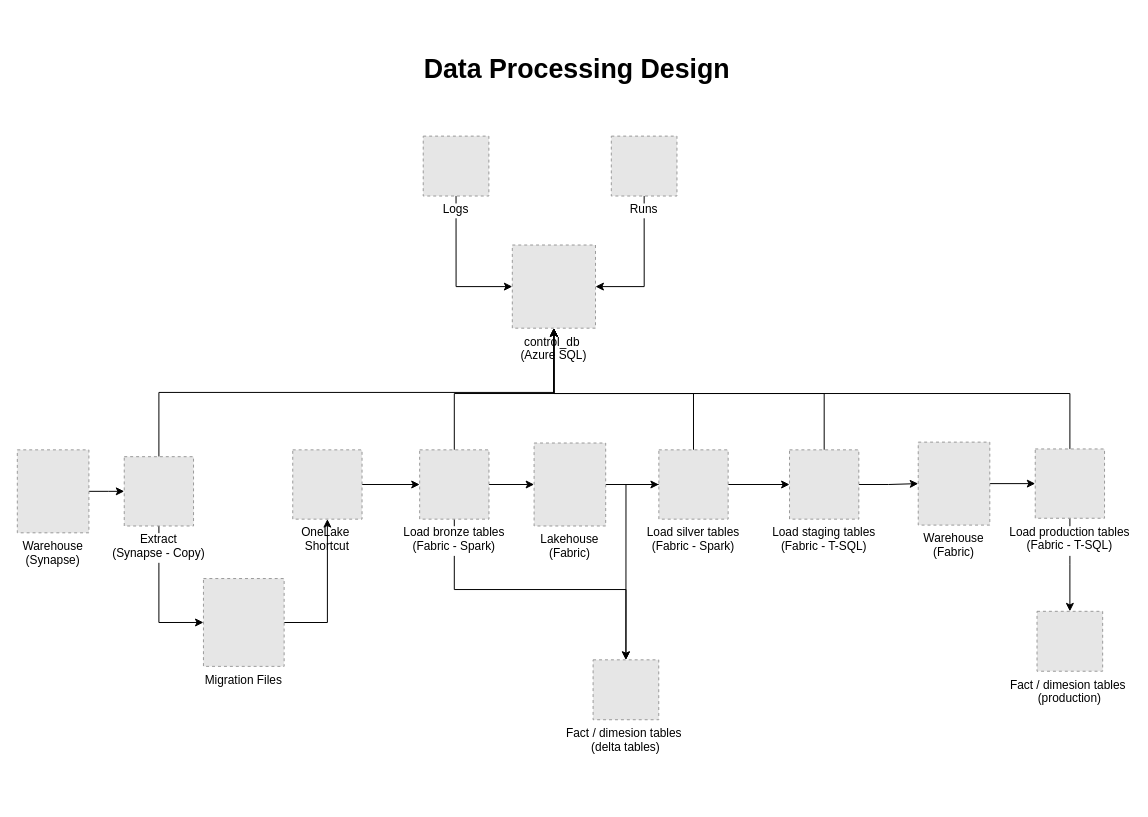
This is microsoft_fabric/adventure_works_dw_2022_migration/docs/data_processing_design.drawio from WilderJoseth/data-engineering-projects, a draw.io file, before an edit. Source tidied: cells renumbered, new cells numbered last; positions are measured from the earlier drawing's top-left corner, leaving out a move shared by most shapes. Both pictures are drawn from the tidied source at 99%, with x=0, y=0 at pixel (17, 45). Pictures stored in the file or linked from it are replaced by grey dashed boxes.
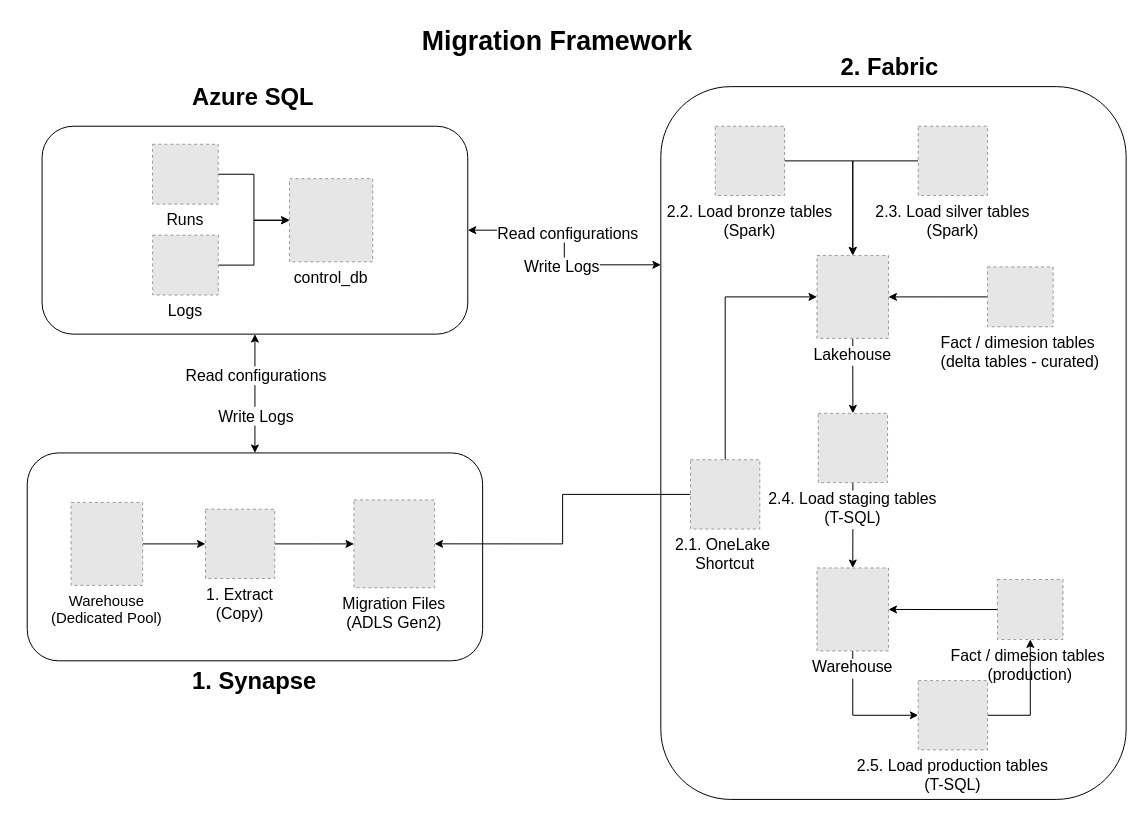
After the change.

What changed in the source:
```diff
@@
+    <mxCell id="37" style="rounded=1;whiteSpace=wrap;html=1;fillColor=none;" parent="1" vertex="1">
+      <mxGeometry x="650" y="42" width="470" height="720" as="geometry" />
+    </mxCell>
+    <mxCell id="38" style="rounded=1;whiteSpace=wrap;html=1;fillColor=none;" parent="1" vertex="1">
+      <mxGeometry x="10" y="412" width="460" height="210" as="geometry" />
+    </mxCell>
+    <mxCell id="39" style="rounded=1;whiteSpace=wrap;html=1;fillColor=none;" parent="1" vertex="1">
+      <mxGeometry x="25" y="82" width="430" height="210" as="geometry" />
+    </mxCell>
-    <mxCell id="2" value="control_db &#10;(Azure SQL)" style="fillColor=#E6E6E6;strokeColor=#999999;dashed=1;verticalLabelPosition=bottom;labelBackgroundColor=default;verticalAlign=top;" parent="1" vertex="1">
-      <mxGeometry x="500" y="202" width="84" height="84" as="geometry" />
+    <mxCell id="2" value="control_db" style="fillColor=#E6E6E6;strokeColor=#999999;dashed=1;verticalLabelPosition=bottom;labelBackgroundColor=default;verticalAlign=top;fontSize=16;" parent="1" vertex="1">
+      <mxGeometry x="275" y="135" width="84" height="84" as="geometry" />
     </mxCell>
-    <mxCell id="3" style="edgeStyle=orthogonalEdgeStyle;rounded=0;jettySize=auto;html=1;" parent="1" edge="1" source="4" target="36">
+    <mxCell id="3" style="edgeStyle=orthogonalEdgeStyle;rounded=0;jettySize=auto;html=1;entryX=0;entryY=0.5;entryDx=0;entryDy=0;exitX=0.5;exitY=1;exitDx=0;exitDy=0;" parent="1" edge="1" source="4" target="36">
       <mxGeometry relative="1" as="geometry" />
     </mxCell>
-    <mxCell id="4" value="Warehouse&#10;(Fabric)" style="fillColor=#E6E6E6;strokeColor=#999999;dashed=1;verticalLabelPosition=bottom;labelBackgroundColor=default;verticalAlign=top;" parent="1" vertex="1">
-      <mxGeometry x="910" y="401.1" width="72.3" height="83.8" as="geometry" />
+    <mxCell id="4" value="Warehouse" style="fillColor=#E6E6E6;strokeColor=#999999;dashed=1;verticalLabelPosition=bottom;labelBackgroundColor=default;verticalAlign=top;fontSize=16;" parent="1" vertex="1">
+      <mxGeometry x="807.7" y="528.2" width="72.3" height="83.8" as="geometry" />
     </mxCell>
-    <mxCell id="5" style="edgeStyle=orthogonalEdgeStyle;rounded=0;jettySize=auto;html=1;" parent="1" edge="1" source="6" target="22">
-      <mxGeometry relative="1" as="geometry" />
-    </mxCell>
+    <mxCell id="40" style="edgeStyle=orthogonalEdgeStyle;rounded=0;jettySize=auto;html=1;entryX=0;entryY=0.5;entryDx=0;entryDy=0;exitX=0.5;exitY=0;exitDx=0;exitDy=0;" parent="1" edge="1" source="6" target="18">
+      <mxGeometry relative="1" as="geometry" />
+    </mxCell>
+    <mxCell id="41" style="edgeStyle=orthogonalEdgeStyle;rounded=0;jettySize=auto;html=1;entryX=1;entryY=0.5;entryDx=0;entryDy=0;" parent="1" edge="1" source="6" target="24">
+      <mxGeometry relative="1" as="geometry" />
+    </mxCell>
-    <mxCell id="6" value="OneLake &#10;Shortcut" style="fillColor=#E6E6E6;strokeColor=#999999;dashed=1;verticalLabelPosition=bottom;labelBackgroundColor=default;verticalAlign=top;" parent="1" vertex="1">
-      <mxGeometry x="278.2" y="408.9" width="70" height="70" as="geometry" />
+    <mxCell id="6" value="2.1. OneLake &#10;Shortcut" style="fillColor=#E6E6E6;strokeColor=#999999;dashed=1;verticalLabelPosition=bottom;labelBackgroundColor=default;verticalAlign=top;fontSize=16;" parent="1" vertex="1">
+      <mxGeometry x="680" y="418.9" width="70" height="70" as="geometry" />
     </mxCell>
-    <mxCell id="7" value="Data Processing Design" style="text;html=1;align=center;verticalAlign=middle;strokeColor=none;fillColor=none;fontSize=27;fontStyle=1;" parent="1" vertex="1">
-      <mxGeometry x="410" width="310" height="50" as="geometry" />
+    <mxCell id="7" value="Migration Framework" style="text;html=1;align=center;verticalAlign=middle;strokeColor=none;fillColor=none;fontSize=27;fontStyle=1;" parent="1" vertex="1">
+      <mxGeometry x="405" y="-28" width="280" height="50" as="geometry" />
     </mxCell>
-    <mxCell id="8" style="edgeStyle=orthogonalEdgeStyle;rounded=0;jettySize=auto;html=1;entryX=0;entryY=0.5;entryDx=0;entryDy=0;exitX=0.5;exitY=1;exitDx=0;exitDy=0;" parent="1" edge="1" source="9" target="2">
+    <mxCell id="8" style="edgeStyle=orthogonalEdgeStyle;rounded=0;jettySize=auto;html=1;" parent="1" edge="1" source="9" target="2">
       <mxGeometry relative="1" as="geometry" />
     </mxCell>
-    <mxCell id="9" value="Logs" style="fillColor=#E6E6E6;strokeColor=#999999;dashed=1;verticalLabelPosition=bottom;labelBackgroundColor=default;verticalAlign=top;" parent="1" vertex="1">
-      <mxGeometry x="410" y="92" width="66.3" height="60.5" as="geometry" />
+    <mxCell id="9" value="Logs" style="fillColor=#E6E6E6;strokeColor=#999999;dashed=1;verticalLabelPosition=bottom;labelBackgroundColor=default;verticalAlign=top;fontSize=16;" parent="1" vertex="1">
+      <mxGeometry x="136.7" y="192" width="66.3" height="60.5" as="geometry" />
     </mxCell>
-    <mxCell id="10" style="edgeStyle=orthogonalEdgeStyle;rounded=0;jettySize=auto;html=1;entryX=0;entryY=0.5;entryDx=0;entryDy=0;" parent="1" edge="1" source="11" target="16">
+    <mxCell id="10" style="edgeStyle=orthogonalEdgeStyle;rounded=0;jettySize=auto;html=1;" parent="1" edge="1" source="11" target="16">
       <mxGeometry relative="1" as="geometry" />
     </mxCell>
-    <mxCell id="11" value="Warehouse&#10;(Synapse)" style="fillColor=#E6E6E6;strokeColor=#999999;dashed=1;verticalLabelPosition=bottom;labelBackgroundColor=default;verticalAlign=top;" parent="1" vertex="1">
-      <mxGeometry y="408.9" width="72.3" height="83.8" as="geometry" />
+    <mxCell id="11" value="Warehouse&#10;(Dedicated Pool)" style="fillColor=#E6E6E6;strokeColor=#999999;dashed=1;verticalLabelPosition=bottom;labelBackgroundColor=default;verticalAlign=top;fontSize=15;" parent="1" vertex="1">
+      <mxGeometry x="54.3" y="462" width="72.3" height="83.8" as="geometry" />
     </mxCell>
-    <mxCell id="12" style="edgeStyle=orthogonalEdgeStyle;rounded=0;jettySize=auto;html=1;entryX=1;entryY=0.5;entryDx=0;entryDy=0;exitX=0.5;exitY=1;exitDx=0;exitDy=0;" parent="1" edge="1" source="13" target="2">
+    <mxCell id="12" style="edgeStyle=orthogonalEdgeStyle;rounded=0;jettySize=auto;html=1;" parent="1" edge="1" source="13" target="2">
       <mxGeometry relative="1" as="geometry" />
     </mxCell>
-    <mxCell id="13" value="Runs" style="fillColor=#E6E6E6;strokeColor=#999999;dashed=1;verticalLabelPosition=bottom;labelBackgroundColor=default;verticalAlign=top;" parent="1" vertex="1">
-      <mxGeometry x="600" y="92" width="66.3" height="60.5" as="geometry" />
+    <mxCell id="13" value="Runs" style="fillColor=#E6E6E6;strokeColor=#999999;dashed=1;verticalLabelPosition=bottom;labelBackgroundColor=default;verticalAlign=top;fontSize=16;" parent="1" vertex="1">
+      <mxGeometry x="136.6" y="100.2" width="66.3" height="60.5" as="geometry" />
     </mxCell>
-    <mxCell id="14" style="edgeStyle=orthogonalEdgeStyle;rounded=0;jettySize=auto;html=1;entryX=0;entryY=0.5;entryDx=0;entryDy=0;exitX=0.5;exitY=1;exitDx=0;exitDy=0;" parent="1" edge="1" source="16" target="24">
+    <mxCell id="14" style="edgeStyle=orthogonalEdgeStyle;rounded=0;jettySize=auto;html=1;" parent="1" edge="1" source="16" target="24">
       <mxGeometry relative="1" as="geometry" />
     </mxCell>
-    <mxCell id="15" style="edgeStyle=orthogonalEdgeStyle;rounded=0;jettySize=auto;html=1;entryX=0.5;entryY=1;entryDx=0;entryDy=0;exitX=0.5;exitY=0;exitDx=0;exitDy=0;" parent="1" edge="1" source="16" target="2">
-      <mxGeometry relative="1" as="geometry" />
-    </mxCell>
-    <mxCell id="16" value="Extract&#10;(Synapse - Copy)" style="fillColor=#E6E6E6;strokeColor=#999999;dashed=1;verticalLabelPosition=bottom;labelBackgroundColor=default;verticalAlign=top;" parent="1" vertex="1">
-      <mxGeometry x="108" y="415.8" width="70" height="70" as="geometry" />
+    <mxCell id="16" value="1. Extract&#10;(Copy)" style="fillColor=#E6E6E6;strokeColor=#999999;dashed=1;verticalLabelPosition=bottom;labelBackgroundColor=default;verticalAlign=top;fontSize=16;" parent="1" vertex="1">
+      <mxGeometry x="190" y="468.9" width="70" height="70" as="geometry" />
     </mxCell>
-    <mxCell id="17" style="edgeStyle=orthogonalEdgeStyle;rounded=0;jettySize=auto;html=1;" parent="1" edge="1" source="18" target="28">
-      <mxGeometry relative="1" as="geometry" />
-    </mxCell>
+    <mxCell id="42" style="edgeStyle=orthogonalEdgeStyle;rounded=0;jettySize=auto;html=1;" parent="1" edge="1" source="18" target="32">
+      <mxGeometry relative="1" as="geometry" />
+    </mxCell>
-    <mxCell id="18" value="Lakehouse&#10;(Fabric)" style="fillColor=#E6E6E6;strokeColor=#999999;dashed=1;verticalLabelPosition=bottom;labelBackgroundColor=default;verticalAlign=top;" parent="1" vertex="1">
-      <mxGeometry x="522" y="402" width="72.3" height="83.8" as="geometry" />
+    <mxCell id="18" value="Lakehouse" style="fillColor=#E6E6E6;strokeColor=#999999;dashed=1;verticalLabelPosition=bottom;labelBackgroundColor=default;verticalAlign=top;fontSize=16;" parent="1" vertex="1">
+      <mxGeometry x="807.7" y="212.5" width="72.3" height="83.8" as="geometry" />
     </mxCell>
-    <mxCell id="19" style="edgeStyle=orthogonalEdgeStyle;rounded=0;jettySize=auto;html=1;" parent="1" edge="1" source="22" target="18">
+    <mxCell id="19" style="edgeStyle=orthogonalEdgeStyle;rounded=0;jettySize=auto;html=1;entryX=0.5;entryY=0;entryDx=0;entryDy=0;" parent="1" edge="1" source="22" target="18">
       <mxGeometry relative="1" as="geometry" />
     </mxCell>
-    <mxCell id="20" style="edgeStyle=orthogonalEdgeStyle;rounded=0;jettySize=auto;html=1;entryX=0.5;entryY=1;entryDx=0;entryDy=0;exitX=0.5;exitY=0;exitDx=0;exitDy=0;" parent="1" edge="1" source="22" target="2">
-      <mxGeometry relative="1" as="geometry">
-        <Array as="points">
-          <mxPoint x="441" y="352" />
-          <mxPoint x="542" y="352" />
-        </Array>
-      </mxGeometry>
-    </mxCell>
-    <mxCell id="21" style="edgeStyle=orthogonalEdgeStyle;rounded=0;jettySize=auto;html=1;entryX=0.5;entryY=0;entryDx=0;entryDy=0;exitX=0.5;exitY=1;exitDx=0;exitDy=0;" parent="1" edge="1" source="22" target="29">
-      <mxGeometry relative="1" as="geometry" />
-    </mxCell>
-    <mxCell id="22" value="Load bronze tables&#10;(Fabric - Spark)" style="fillColor=#E6E6E6;strokeColor=#999999;dashed=1;verticalLabelPosition=bottom;labelBackgroundColor=default;verticalAlign=top;" parent="1" vertex="1">
-      <mxGeometry x="406.4" y="408.9" width="70" height="70" as="geometry" />
+    <mxCell id="22" value="2.2. Load bronze tables&#10;(Spark)" style="fillColor=#E6E6E6;strokeColor=#999999;dashed=1;verticalLabelPosition=bottom;labelBackgroundColor=default;verticalAlign=top;fontSize=16;" parent="1" vertex="1">
+      <mxGeometry x="705" y="82" width="70" height="70" as="geometry" />
     </mxCell>
-    <mxCell id="23" style="edgeStyle=orthogonalEdgeStyle;rounded=0;jettySize=auto;html=1;entryX=0.5;entryY=1;entryDx=0;entryDy=0;" parent="1" edge="1" source="24" target="6">
-      <mxGeometry relative="1" as="geometry" />
-    </mxCell>
-    <mxCell id="24" value="Migration Files" style="fillColor=#E6E6E6;strokeColor=#999999;dashed=1;verticalLabelPosition=bottom;labelBackgroundColor=default;verticalAlign=top;" parent="1" vertex="1">
-      <mxGeometry x="188" y="538.9" width="81.5" height="88.7" as="geometry" />
+    <mxCell id="24" value="Migration Files&#10;(ADLS Gen2)" style="fillColor=#E6E6E6;strokeColor=#999999;dashed=1;verticalLabelPosition=bottom;labelBackgroundColor=default;verticalAlign=top;fontSize=16;" parent="1" vertex="1">
+      <mxGeometry x="340" y="459.5" width="81.5" height="88.7" as="geometry" />
     </mxCell>
-    <mxCell id="25" style="edgeStyle=orthogonalEdgeStyle;rounded=0;jettySize=auto;html=1;entryX=0.5;entryY=0;entryDx=0;entryDy=0;" parent="1" edge="1" source="28" target="29">
-      <mxGeometry relative="1" as="geometry" />
-    </mxCell>
-    <mxCell id="26" style="edgeStyle=orthogonalEdgeStyle;rounded=0;jettySize=auto;html=1;entryX=0.5;entryY=1;entryDx=0;entryDy=0;" parent="1" edge="1" source="28" target="2">
-      <mxGeometry relative="1" as="geometry">
-        <Array as="points">
-          <mxPoint x="683" y="352" />
-          <mxPoint x="542" y="352" />
-        </Array>
-      </mxGeometry>
-    </mxCell>
-    <mxCell id="27" style="edgeStyle=orthogonalEdgeStyle;rounded=0;jettySize=auto;html=1;" parent="1" edge="1" source="28" target="32">
-      <mxGeometry relative="1" as="geometry" />
-    </mxCell>
+    <mxCell id="43" style="edgeStyle=orthogonalEdgeStyle;rounded=0;jettySize=auto;html=1;" parent="1" edge="1" source="28" target="18">
+      <mxGeometry relative="1" as="geometry" />
+    </mxCell>
-    <mxCell id="28" value="Load silver tables&#10;(Fabric - Spark)" style="fillColor=#E6E6E6;strokeColor=#999999;dashed=1;verticalLabelPosition=bottom;labelBackgroundColor=default;verticalAlign=top;" parent="1" vertex="1">
-      <mxGeometry x="648" y="408.9" width="70" height="70" as="geometry" />
+    <mxCell id="28" value="2.3. Load silver tables&#10;(Spark)" style="fillColor=#E6E6E6;strokeColor=#999999;dashed=1;verticalLabelPosition=bottom;labelBackgroundColor=default;verticalAlign=top;fontSize=16;" parent="1" vertex="1">
+      <mxGeometry x="910" y="82" width="70" height="70" as="geometry" />
     </mxCell>
+    <mxCell id="44" style="edgeStyle=orthogonalEdgeStyle;rounded=0;jettySize=auto;html=1;" parent="1" edge="1" source="29" target="18">
+      <mxGeometry relative="1" as="geometry" />
+    </mxCell>
-    <mxCell id="29" value="Fact / dimesion tables &#10;(delta tables)" style="fillColor=#E6E6E6;strokeColor=#999999;dashed=1;verticalLabelPosition=bottom;labelBackgroundColor=default;verticalAlign=top;" parent="1" vertex="1">
-      <mxGeometry x="581.6" y="621" width="66.3" height="60.5" as="geometry" />
+    <mxCell id="29" value="Fact / dimesion tables &#10;(delta tables - curated)" style="fillColor=#E6E6E6;strokeColor=#999999;dashed=1;verticalLabelPosition=bottom;labelBackgroundColor=default;verticalAlign=top;fontSize=16;" parent="1" vertex="1">
+      <mxGeometry x="980" y="224.1" width="66.3" height="60.5" as="geometry" />
     </mxCell>
-    <mxCell id="30" style="edgeStyle=orthogonalEdgeStyle;rounded=0;jettySize=auto;html=1;exitX=1;exitY=0.5;exitDx=0;exitDy=0;entryX=0;entryY=0.5;entryDx=0;entryDy=0;" parent="1" edge="1" source="32" target="4">
+    <mxCell id="30" style="edgeStyle=orthogonalEdgeStyle;rounded=0;jettySize=auto;html=1;" parent="1" edge="1" source="32" target="4">
       <mxGeometry relative="1" as="geometry" />
     </mxCell>
-    <mxCell id="31" style="edgeStyle=orthogonalEdgeStyle;rounded=0;jettySize=auto;html=1;entryX=0.5;entryY=1;entryDx=0;entryDy=0;" parent="1" edge="1" source="32" target="2">
-      <mxGeometry relative="1" as="geometry">
-        <Array as="points">
-          <mxPoint x="815" y="352" />
-          <mxPoint x="542" y="352" />
-        </Array>
-      </mxGeometry>
-    </mxCell>
-    <mxCell id="32" value="Load staging tables&#10;(Fabric - T-SQL)" style="fillColor=#E6E6E6;strokeColor=#999999;dashed=1;verticalLabelPosition=bottom;labelBackgroundColor=default;verticalAlign=top;" parent="1" vertex="1">
-      <mxGeometry x="780" y="408.9" width="70" height="70" as="geometry" />
+    <mxCell id="32" value="2.4. Load staging tables&#10;(T-SQL)" style="fillColor=#E6E6E6;strokeColor=#999999;dashed=1;verticalLabelPosition=bottom;labelBackgroundColor=default;verticalAlign=top;fontSize=16;" parent="1" vertex="1">
+      <mxGeometry x="809" y="372" width="70" height="70" as="geometry" />
     </mxCell>
+    <mxCell id="45" style="edgeStyle=orthogonalEdgeStyle;rounded=0;jettySize=auto;html=1;" parent="1" edge="1" source="33" target="4">
+      <mxGeometry relative="1" as="geometry" />
+    </mxCell>
-    <mxCell id="33" value="Fact / dimesion tables &#10;(production)" style="fillColor=#E6E6E6;strokeColor=#999999;dashed=1;verticalLabelPosition=bottom;labelBackgroundColor=default;verticalAlign=top;" parent="1" vertex="1">
-      <mxGeometry x="1030" y="572" width="66.3" height="60.5" as="geometry" />
+    <mxCell id="33" value="Fact / dimesion tables &#10;(production)" style="fillColor=#E6E6E6;strokeColor=#999999;dashed=1;verticalLabelPosition=bottom;labelBackgroundColor=default;verticalAlign=top;fontSize=16;" parent="1" vertex="1">
+      <mxGeometry x="990" y="539.9" width="66.3" height="60.5" as="geometry" />
     </mxCell>
@@
-    <mxCell id="35" style="edgeStyle=orthogonalEdgeStyle;rounded=0;jettySize=auto;html=1;entryX=0.5;entryY=1;entryDx=0;entryDy=0;" parent="1" edge="1" source="36" target="2">
-      <mxGeometry relative="1" as="geometry">
-        <Array as="points">
-          <mxPoint x="1063" y="352" />
-          <mxPoint x="542" y="352" />
-        </Array>
-      </mxGeometry>
-    </mxCell>
-    <mxCell id="36" value="Load production tables&#10;(Fabric - T-SQL)" style="fillColor=#E6E6E6;strokeColor=#999999;dashed=1;verticalLabelPosition=bottom;labelBackgroundColor=default;verticalAlign=top;" parent="1" vertex="1">
-      <mxGeometry x="1028.2" y="408" width="70" height="70" as="geometry" />
+    <mxCell id="36" value="2.5. Load production tables&#10;(T-SQL)" style="fillColor=#E6E6E6;strokeColor=#999999;dashed=1;verticalLabelPosition=bottom;labelBackgroundColor=default;verticalAlign=top;fontSize=16;" parent="1" vertex="1">
+      <mxGeometry x="910" y="642" width="70" height="70" as="geometry" />
     </mxCell>
+    <mxCell id="46" value="&lt;h1 style=&quot;margin-top: 0px;&quot;&gt;Azure SQL&lt;/h1&gt;" style="text;html=1;whiteSpace=wrap;overflow=hidden;rounded=0;" parent="1" vertex="1">
+      <mxGeometry x="175" y="32" width="130" height="40" as="geometry" />
+    </mxCell>
+    <mxCell id="47" value="&lt;h1 style=&quot;margin-top: 0px;&quot;&gt;1. Synapse&lt;/h1&gt;" style="text;html=1;whiteSpace=wrap;overflow=hidden;rounded=0;" parent="1" vertex="1">
+      <mxGeometry x="175" y="622" width="130" height="40" as="geometry" />
+    </mxCell>
+    <mxCell id="48" value="&lt;h1 style=&quot;margin-top: 0px;&quot;&gt;2. Fabric&lt;/h1&gt;" style="text;html=1;whiteSpace=wrap;overflow=hidden;rounded=0;" parent="1" vertex="1">
+      <mxGeometry x="830" y="2" width="105" height="40" as="geometry" />
+    </mxCell>
+    <mxCell id="49" style="endArrow=classic;startArrow=classic;html=1;rounded=0;entryX=0;entryY=0.25;entryDx=0;entryDy=0;exitX=1;exitY=0.5;exitDx=0;exitDy=0;edgeStyle=orthogonalEdgeStyle;" parent="1" edge="1" source="39" target="37">
+      <mxGeometry relative="1" as="geometry" />
+    </mxCell>
+    <mxCell id="50" value="Read configurations" style="edgeLabel;html=1;align=center;verticalAlign=middle;fontSize=16;" parent="49" vertex="1">
+      <mxGeometry x="-0.19" y="-2" relative="1" as="geometry">
+        <mxPoint x="7" as="offset" />
+      </mxGeometry>
+    </mxCell>
+    <mxCell id="51" value="&lt;font style=&quot;font-size: 16px;&quot;&gt;Write Logs&lt;/font&gt;" style="edgeLabel;html=1;align=center;verticalAlign=middle;" parent="49" vertex="1">
+      <mxGeometry x="0.53" y="-1" relative="1" as="geometry">
+        <mxPoint x="-47" as="offset" />
+      </mxGeometry>
+    </mxCell>
+    <mxCell id="52" style="endArrow=classic;startArrow=classic;html=1;rounded=0;entryX=0.5;entryY=1;entryDx=0;entryDy=0;exitX=0.5;exitY=0;exitDx=0;exitDy=0;" parent="1" edge="1" source="38" target="39">
+      <mxGeometry relative="1" as="geometry" />
+    </mxCell>
+    <mxCell id="53" value="&lt;span style=&quot;font-size: 16px;&quot;&gt;Read configurations&lt;/span&gt;" style="edgeLabel;html=1;align=center;verticalAlign=middle;" parent="52" vertex="1">
+      <mxGeometry x="0.07" y="1" relative="1" as="geometry">
+        <mxPoint x="1" y="-15" as="offset" />
+      </mxGeometry>
+    </mxCell>
+    <mxCell id="54" value="&lt;font style=&quot;font-size: 16px;&quot;&gt;Write Logs&lt;/font&gt;" style="edgeLabel;html=1;align=center;verticalAlign=middle;" parent="52" vertex="1">
+      <mxGeometry x="-0.37" relative="1" as="geometry" />
+    </mxCell>
```
